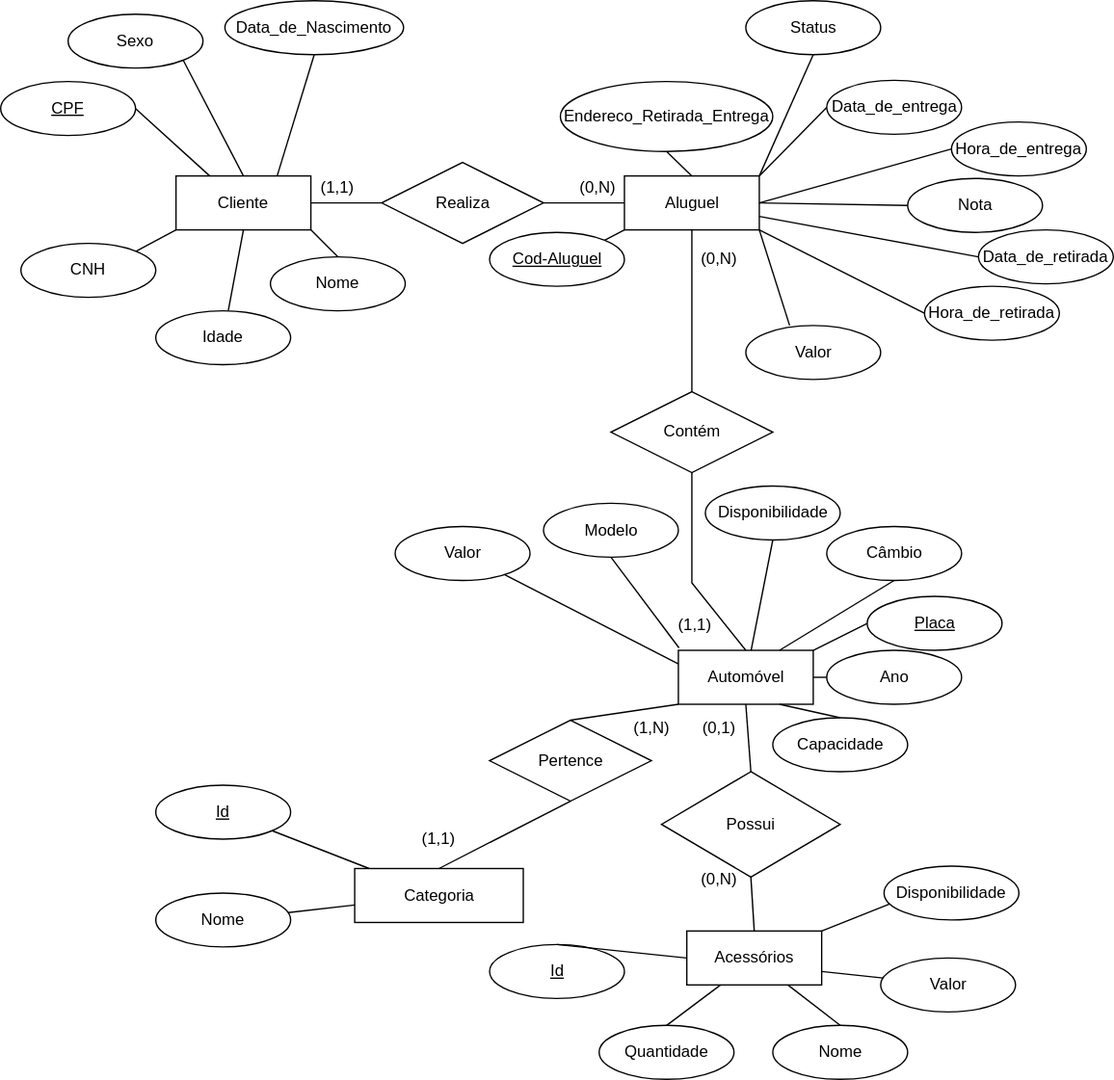
Above: artefatos/dados/Modelo_ER.svg in ICEI-PUC-Minas-PPLES-TI/plf-es-2021-1-ti2-0940100-alexandrearthuryghorpaulotarcisio (draw.io), before the change. Source tidied: cells renumbered, new cells last; positions are measured from the earlier drawing's top-left corner, leaving out a move shared by most shapes.
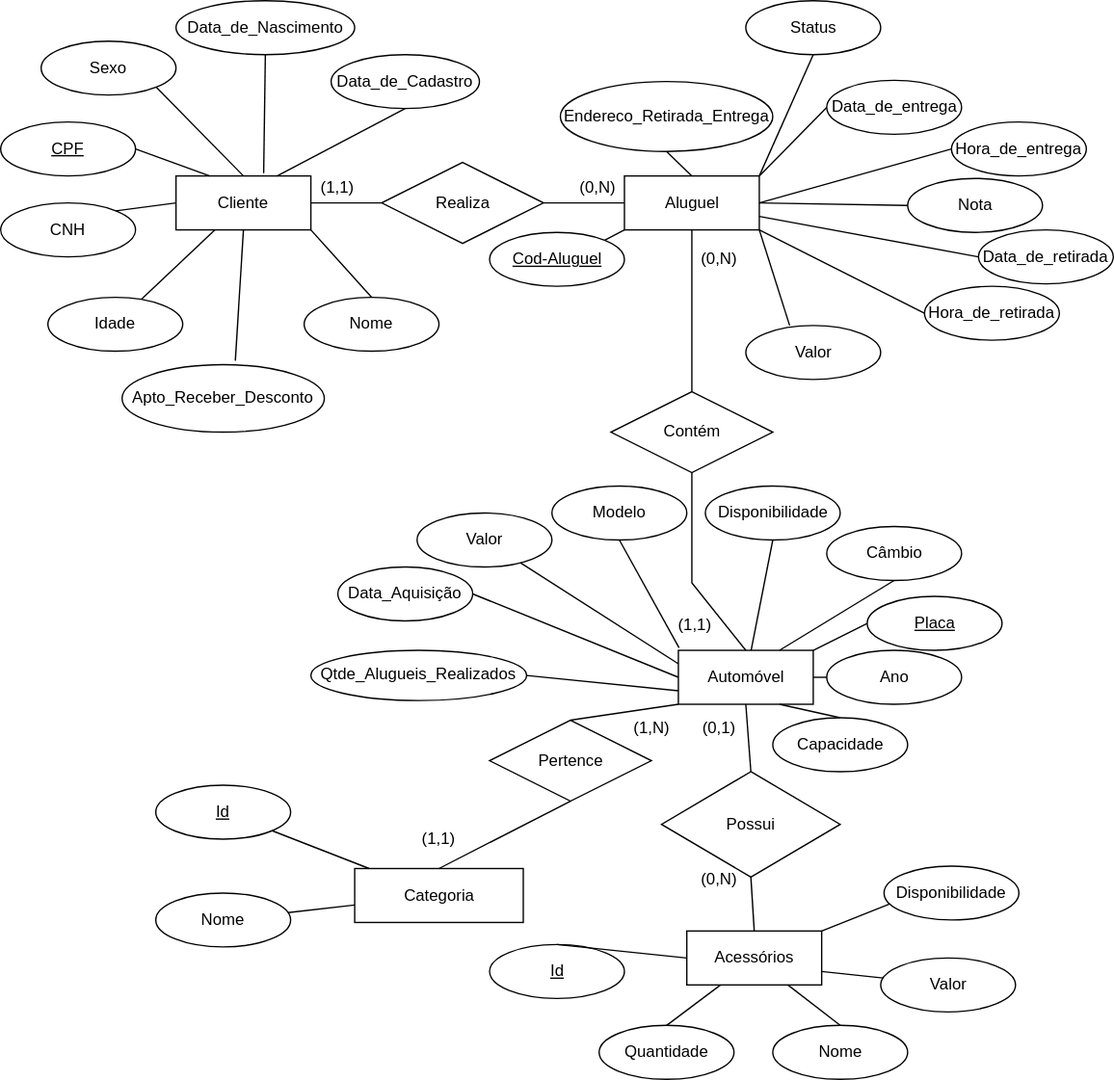
After the change.

The edit, as a diff of the source:
```diff
@@ -12,7 +12,7 @@
       <mxGeometry x="462.5" y="130" width="100" height="40" as="geometry" />
     </mxCell>
     <mxCell id="5" value="Sexo" style="ellipse;whiteSpace=wrap;html=1;align=center;" parent="1" vertex="1">
-      <mxGeometry x="50" y="10" width="100" height="40" as="geometry" />
+      <mxGeometry x="30" y="30" width="100" height="40" as="geometry" />
     </mxCell>
     <mxCell id="6" value="Ano" style="ellipse;whiteSpace=wrap;html=1;align=center;" parent="1" vertex="1">
       <mxGeometry x="612.5" y="481.8" width="100" height="40" as="geometry" />
@@ -45,7 +45,7 @@
       <mxGeometry relative="1" as="geometry" />
     </mxCell>
     <mxCell id="16" value="Modelo" style="ellipse;whiteSpace=wrap;html=1;align=center;" parent="1" vertex="1">
-      <mxGeometry x="402.5" y="372.8" width="100" height="40" as="geometry" />
+      <mxGeometry x="408.8" y="360" width="100" height="40" as="geometry" />
     </mxCell>
     <mxCell id="17" style="endArrow=none;html=1;rounded=0;entryX=0.5;entryY=1;entryDx=0;entryDy=0;" parent="1" edge="1" target="16">
       <mxGeometry relative="1" as="geometry">
@@ -92,19 +92,19 @@
       <mxGeometry relative="1" as="geometry" />
     </mxCell>
     <mxCell id="31" value="Data_de_Nascimento" style="ellipse;whiteSpace=wrap;html=1;align=center;" parent="1" vertex="1">
-      <mxGeometry x="166.2" width="132.5" height="40" as="geometry" />
+      <mxGeometry x="130" width="132.5" height="40" as="geometry" />
     </mxCell>
     <mxCell id="32" value="Cliente" style="whiteSpace=wrap;html=1;align=center;" parent="1" vertex="1">
       <mxGeometry x="130" y="130" width="100" height="40" as="geometry" />
     </mxCell>
     <mxCell id="33" value="CPF" style="ellipse;whiteSpace=wrap;html=1;align=center;fontStyle=4;" parent="1" vertex="1">
-      <mxGeometry y="60" width="100" height="40" as="geometry" />
+      <mxGeometry y="90" width="100" height="40" as="geometry" />
     </mxCell>
     <mxCell id="34" value="Nome" style="ellipse;whiteSpace=wrap;html=1;align=center;" parent="1" vertex="1">
-      <mxGeometry x="200" y="190" width="100" height="40" as="geometry" />
+      <mxGeometry x="225" y="220" width="100" height="40" as="geometry" />
     </mxCell>
     <mxCell id="35" value="CNH" style="ellipse;whiteSpace=wrap;html=1;align=center;" parent="1" vertex="1">
-      <mxGeometry x="15" y="180" width="100" height="40" as="geometry" />
+      <mxGeometry y="150" width="100" height="40" as="geometry" />
     </mxCell>
     <mxCell id="36" value="Realiza" style="shape=rhombus;perimeter=rhombusPerimeter;whiteSpace=wrap;html=1;align=center;" parent="1" vertex="1">
       <mxGeometry x="282.5" y="120" width="120" height="60" as="geometry" />
@@ -148,16 +148,16 @@
     <mxCell id="47" style="edgeStyle=orthogonalEdgeStyle;rounded=0;orthogonalLoop=1;jettySize=auto;html=1;exitX=0.5;exitY=1;exitDx=0;exitDy=0;" parent="1" edge="1" source="34" target="34">
       <mxGeometry relative="1" as="geometry" />
     </mxCell>
-    <mxCell id="48" style="endArrow=none;html=1;rounded=0;entryX=0.5;entryY=1;entryDx=0;entryDy=0;" parent="1" edge="1" source="83" target="32">
+    <mxCell id="48" style="endArrow=none;html=1;rounded=0;" parent="1" edge="1" source="83" target="32">
       <mxGeometry relative="1" as="geometry" />
     </mxCell>
     <mxCell id="49" style="edgeStyle=orthogonalEdgeStyle;rounded=0;orthogonalLoop=1;jettySize=auto;html=1;exitX=0.5;exitY=1;exitDx=0;exitDy=0;" parent="1" edge="1" source="34" target="34">
       <mxGeometry relative="1" as="geometry" />
     </mxCell>
-    <mxCell id="50" style="endArrow=none;html=1;rounded=0;entryX=0;entryY=1;entryDx=0;entryDy=0;exitX=1;exitY=0;exitDx=0;exitDy=0;" parent="1" edge="1" source="35" target="32">
+    <mxCell id="50" style="endArrow=none;html=1;rounded=0;entryX=0;entryY=0.5;entryDx=0;entryDy=0;exitX=1;exitY=0;exitDx=0;exitDy=0;" parent="1" edge="1" source="35" target="32">
       <mxGeometry relative="1" as="geometry" />
     </mxCell>
-    <mxCell id="51" style="endArrow=none;html=1;rounded=0;exitX=0.5;exitY=1;exitDx=0;exitDy=0;entryX=0.75;entryY=0;entryDx=0;entryDy=0;" parent="1" edge="1" source="31" target="32">
+    <mxCell id="51" style="endArrow=none;html=1;rounded=0;exitX=0.5;exitY=1;exitDx=0;exitDy=0;entryX=0.65;entryY=-0.05;entryDx=0;entryDy=0;entryPerimeter=0;" parent="1" edge="1" source="31" target="32">
       <mxGeometry relative="1" as="geometry" />
     </mxCell>
     <mxCell id="52" style="endArrow=none;html=1;rounded=0;exitX=1;exitY=1;exitDx=0;exitDy=0;entryX=0.5;entryY=0;entryDx=0;entryDy=0;" parent="1" edge="1" source="5" target="32">
@@ -227,7 +227,7 @@
       <mxGeometry relative="1" as="geometry" />
     </mxCell>
     <mxCell id="74" value="Valor" style="ellipse;whiteSpace=wrap;html=1;align=center;" parent="1" vertex="1">
-      <mxGeometry x="292.5" y="390" width="100" height="40" as="geometry" />
+      <mxGeometry x="308.8" y="380" width="100" height="40" as="geometry" />
     </mxCell>
     <mxCell id="75" style="endArrow=none;html=1;rounded=0;entryX=0;entryY=0.25;entryDx=0;entryDy=0;" parent="1" edge="1" source="74" target="2">
       <mxGeometry relative="1" as="geometry" />
@@ -254,7 +254,7 @@
       <mxGeometry relative="1" as="geometry" />
     </mxCell>
     <mxCell id="83" value="Idade" style="ellipse;whiteSpace=wrap;html=1;align=center;" parent="1" vertex="1">
-      <mxGeometry x="115" y="230" width="100" height="40" as="geometry" />
+      <mxGeometry x="35" y="220" width="100" height="40" as="geometry" />
     </mxCell>
     <mxCell id="84" value="Disponibilidade" style="ellipse;whiteSpace=wrap;html=1;align=center;" parent="1" vertex="1">
       <mxGeometry x="655" y="641.8" width="100" height="40" as="geometry" />
@@ -268,5 +268,29 @@
     <mxCell id="87" style="endArrow=none;html=1;rounded=0;entryX=0.5;entryY=1;entryDx=0;entryDy=0;" parent="1" edge="1" source="2" target="86">
       <mxGeometry relative="1" as="geometry" />
     </mxCell>
+    <mxCell id="88" value="Data_de_Cadastro" style="ellipse;whiteSpace=wrap;html=1;align=center;" parent="1" vertex="1">
+      <mxGeometry x="245" y="40" width="110" height="40" as="geometry" />
+    </mxCell>
+    <mxCell id="89" style="endArrow=none;html=1;rounded=0;entryX=0.5;entryY=1;entryDx=0;entryDy=0;exitX=0.75;exitY=0;exitDx=0;exitDy=0;" parent="1" edge="1" source="32" target="88">
+      <mxGeometry relative="1" as="geometry" />
+    </mxCell>
+    <mxCell id="90" value="Apto_Receber_Desconto" style="ellipse;whiteSpace=wrap;html=1;align=center;" parent="1" vertex="1">
+      <mxGeometry x="90" y="270" width="150" height="50" as="geometry" />
+    </mxCell>
+    <mxCell id="91" style="endArrow=none;html=1;rounded=0;exitX=0.5;exitY=1;exitDx=0;exitDy=0;entryX=0.56;entryY=-0.06;entryDx=0;entryDy=0;entryPerimeter=0;" parent="1" edge="1" source="32" target="90">
+      <mxGeometry relative="1" as="geometry" />
+    </mxCell>
+    <mxCell id="92" value="Data_Aquisição" style="ellipse;whiteSpace=wrap;html=1;align=center;" parent="1" vertex="1">
+      <mxGeometry x="250" y="420" width="100" height="40" as="geometry" />
+    </mxCell>
+    <mxCell id="93" style="endArrow=none;html=1;rounded=0;exitX=1;exitY=0.5;exitDx=0;exitDy=0;entryX=0;entryY=0.5;entryDx=0;entryDy=0;" parent="1" edge="1" source="92" target="2">
+      <mxGeometry relative="1" as="geometry" />
+    </mxCell>
+    <mxCell id="94" value="Qtde_Alugueis_Realizados" style="ellipse;whiteSpace=wrap;html=1;align=center;" parent="1" vertex="1">
+      <mxGeometry x="230" y="481.8" width="160" height="37.2" as="geometry" />
+    </mxCell>
+    <mxCell id="95" style="endArrow=none;html=1;rounded=0;exitX=1;exitY=0.5;exitDx=0;exitDy=0;entryX=0;entryY=0.75;entryDx=0;entryDy=0;" parent="1" edge="1" source="94" target="2">
+      <mxGeometry relative="1" as="geometry" />
+    </mxCell>
   </root>
 </mxGraphModel>
```
